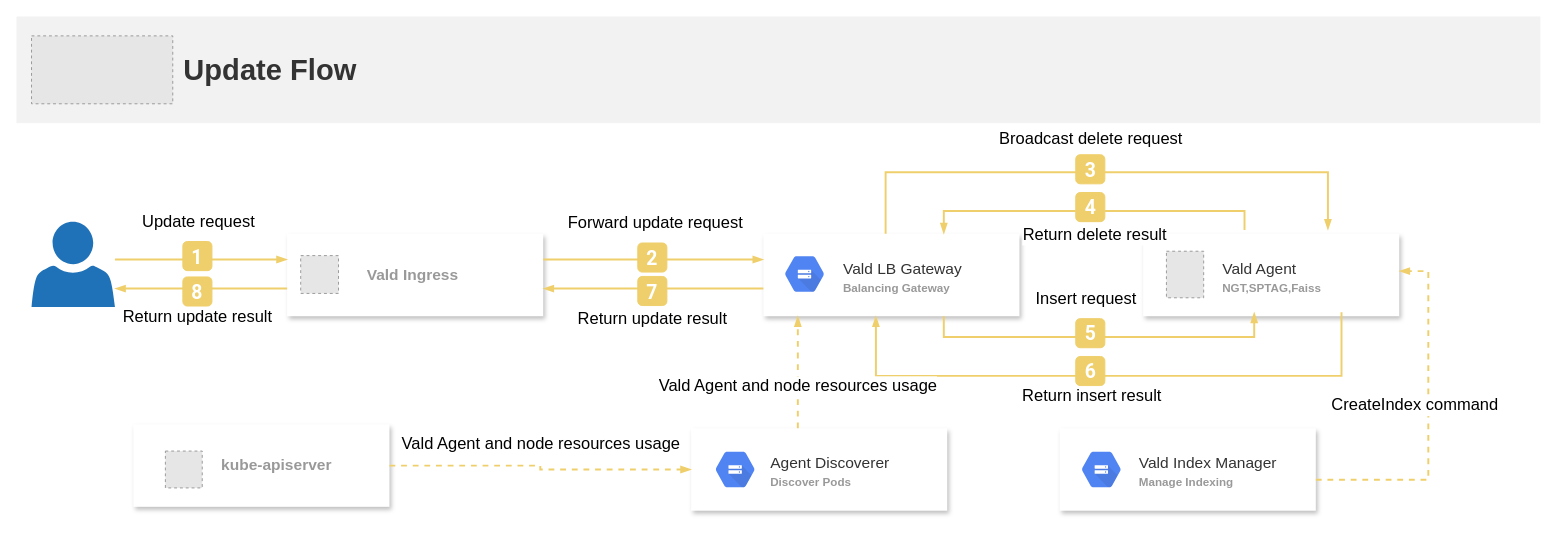
Above: page "update flow" (4 of 5) of assets/docs/overview/dataflow_v2.drawio in vdaas/vald (draw.io), before the change. Source tidied: cells renumbered, new cells numbered last; positions are measured from the earlier drawing's top-left corner, leaving out a move shared by most shapes. Both pictures are drawn from the tidied source at 97%, with x=0, y=0 at pixel (16, 16). Pictures stored in the file or linked from it are replaced by grey dashed boxes.
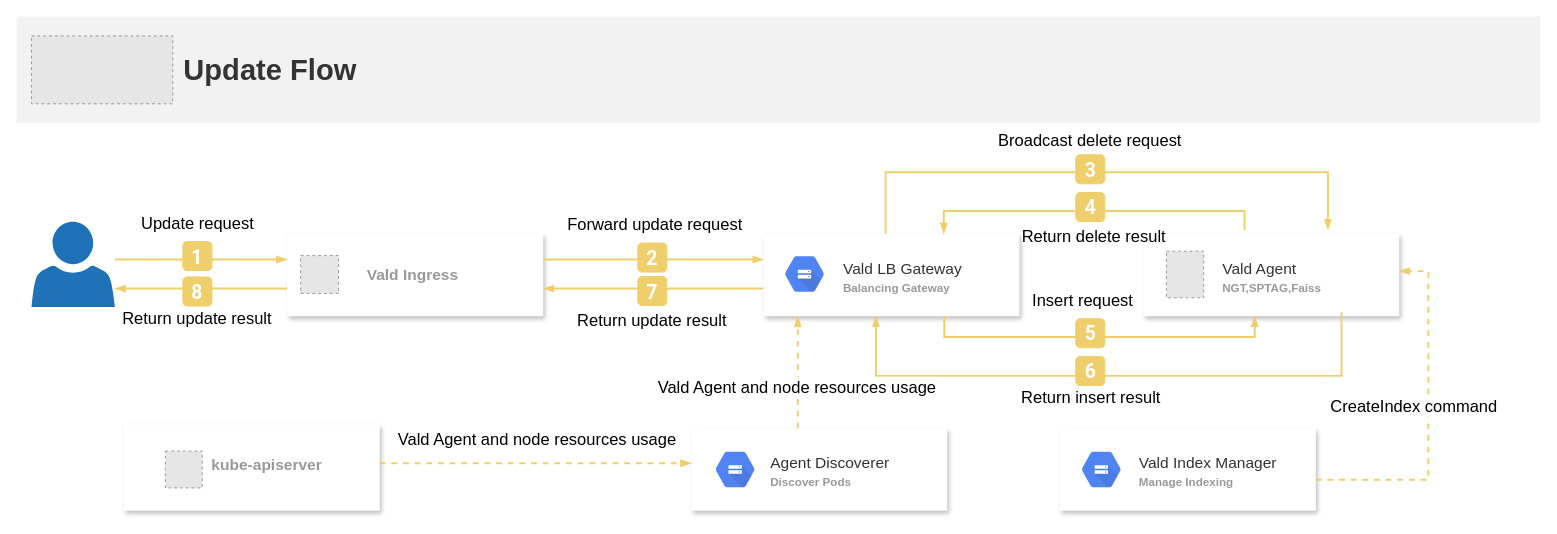
The same diagram, later.

The change refers to these unchanged cells:
```xml
<mxCell id="2" value="&lt;blockquote style=&quot;margin: 0 0 0 40px ; border: none ; padding: 0px&quot;&gt;&lt;blockquote style=&quot;margin: 0 0 0 40px ; border: none ; padding: 0px&quot;&gt;&lt;b&gt;&lt;font color=&quot;#999999&quot;&gt;&lt;br&gt;&lt;/font&gt;&lt;/b&gt;&lt;/blockquote&gt;&lt;blockquote style=&quot;margin: 0 0 0 40px ; border: none ; padding: 0px&quot;&gt;&lt;font color=&quot;#333333&quot;&gt;Vald LB Gateway&lt;/font&gt;&lt;br&gt;&lt;/blockquote&gt;&lt;blockquote style=&quot;margin: 0 0 0 40px ; border: none ; padding: 0px&quot;&gt;&lt;span style=&quot;color: rgb(153 , 153 , 153)&quot;&gt;&lt;b&gt;&lt;font style=&quot;font-size: 12px&quot;&gt;Balancing Gateway&lt;/font&gt;&lt;/b&gt;&lt;/span&gt;&lt;font color=&quot;#333333&quot;&gt;&lt;br&gt;&lt;/font&gt;&lt;/blockquote&gt;&lt;blockquote style=&quot;margin: 0 0 0 40px ; border: none ; padding: 0px&quot;&gt;&lt;font color=&quot;#333333&quot;&gt;&lt;br&gt;&lt;/font&gt;&lt;/blockquote&gt;&lt;/blockquote&gt;" style="rounded=0;whiteSpace=wrap;html=1;shadow=1;glass=0;comic=0;strokeWidth=1;fontSize=16;fontColor=#000000;align=left;labelBackgroundColor=none;strokeColor=none;fillColor=#ffffff;verticalAlign=top;" parent="1" vertex="1">
  <mxGeometry x="769.5" y="223.5" width="264" height="85" as="geometry" />
</mxCell>
<mxCell id="4" value="&lt;blockquote style=&quot;margin: 0 0 0 40px ; border: none ; padding: 0px&quot;&gt;&lt;blockquote style=&quot;margin: 0 0 0 40px ; border: none ; padding: 0px&quot;&gt;&lt;b&gt;&lt;font color=&quot;#999999&quot;&gt;&lt;br&gt;&lt;/font&gt;&lt;/b&gt;&lt;/blockquote&gt;&lt;blockquote style=&quot;margin: 0 0 0 40px ; border: none ; padding: 0px&quot;&gt;&lt;font color=&quot;#333333&quot;&gt;Vald Agent&lt;/font&gt;&lt;/blockquote&gt;&lt;blockquote style=&quot;margin: 0 0 0 40px ; border: none ; padding: 0px&quot;&gt;&lt;b style=&quot;color: rgb(153 , 153 , 153)&quot;&gt;&lt;font style=&quot;font-size: 12px&quot;&gt;NGT,SPTAG,Faiss&lt;/font&gt;&lt;/b&gt;&lt;/blockquote&gt;&lt;/blockquote&gt;" style="rounded=0;whiteSpace=wrap;html=1;shadow=1;glass=0;comic=0;strokeWidth=1;fontSize=16;fontColor=#000000;align=left;labelBackgroundColor=none;strokeColor=none;fillColor=#ffffff;verticalAlign=top;" parent="1" vertex="1">
  <mxGeometry x="1161" y="223.5" width="264" height="85" as="geometry" />
</mxCell>
<mxCell id="8" style="shadow=0;dashed=0;html=1;strokeColor=none;labelPosition=center;verticalLabelPosition=bottom;verticalAlign=top;outlineConnect=0;align=center;shape=mxgraph.office.users.user;fillColor=#2072B8;rounded=0;glass=0;comic=0;labelBackgroundColor=none;fontSize=12;fontColor=#999999;" parent="1" vertex="1">
  <mxGeometry x="15" y="211" width="86" height="88" as="geometry" />
</mxCell>
<mxCell id="9" value="&lt;blockquote style=&quot;margin: 0 0 0 40px ; border: none ; padding: 0px&quot;&gt;&lt;blockquote style=&quot;margin: 0 0 0 40px ; border: none ; padding: 0px&quot;&gt;&lt;b style=&quot;font-size: 22px&quot;&gt;&lt;font color=&quot;#999999&quot;&gt;&lt;br&gt;&lt;/font&gt;&lt;/b&gt;&lt;/blockquote&gt;&lt;blockquote style=&quot;margin: 0 0 0 40px ; border: none ; padding: 0px&quot;&gt;&lt;b&gt;&lt;font color=&quot;#999999&quot;&gt;Vald Ingress&lt;/font&gt;&lt;/b&gt;&lt;/blockquote&gt;&lt;/blockquote&gt;" style="rounded=0;whiteSpace=wrap;html=1;shadow=1;glass=0;comic=0;strokeWidth=1;fontSize=16;fontColor=#000000;align=left;labelBackgroundColor=none;strokeColor=none;fillColor=#ffffff;verticalAlign=top;" parent="1" vertex="1">
  <mxGeometry x="278.5" y="223.5" width="264" height="85" as="geometry" />
</mxCell>
<mxCell id="33" value="4" style="rounded=1;whiteSpace=wrap;html=1;labelBackgroundColor=#EFCF6B;fontFamily=Roboto;fontSize=20;fontColor=#FFFFFF;fontStyle=1;fillColor=#EFCF6B;strokeColor=#EFCF6B;" parent="1" vertex="1">
  <mxGeometry x="1091.5" y="181" width="30" height="30" as="geometry" />
</mxCell>
<mxCell id="34" style="edgeStyle=orthogonalEdgeStyle;rounded=0;jettySize=auto;html=1;strokeColor=#EFCF6B;strokeWidth=2;endArrow=none;endFill=1;startArrow=none;" parent="1" edge="1" target="33">
  <mxGeometry relative="1" as="geometry">
    <mxPoint x="1265.5" y="219.5" as="sourcePoint" />
    <Array as="points">
      <mxPoint x="1265.5" y="200" />
    </Array>
  </mxGeometry>
</mxCell>
<mxCell id="37" value="&lt;blockquote style=&quot;margin: 0 0 0 40px ; border: none ; padding: 0px&quot;&gt;&lt;blockquote style=&quot;margin: 0 0 0 40px ; border: none ; padding: 0px&quot;&gt;&lt;b&gt;&lt;font color=&quot;#999999&quot;&gt;&lt;br&gt;&lt;/font&gt;&lt;/b&gt;&lt;/blockquote&gt;&lt;blockquote style=&quot;margin: 0 0 0 40px ; border: none ; padding: 0px&quot;&gt;&lt;font color=&quot;#333333&quot;&gt;Agent Discoverer&lt;/font&gt;&lt;br&gt;&lt;/blockquote&gt;&lt;blockquote style=&quot;margin: 0 0 0 40px ; border: none ; padding: 0px&quot;&gt;&lt;span style=&quot;color: rgb(153 , 153 , 153)&quot;&gt;&lt;b&gt;&lt;font style=&quot;font-size: 12px&quot;&gt;Discover Pods&lt;/font&gt;&lt;/b&gt;&lt;/span&gt;&lt;font color=&quot;#333333&quot;&gt;&lt;br&gt;&lt;/font&gt;&lt;/blockquote&gt;&lt;blockquote style=&quot;margin: 0 0 0 40px ; border: none ; padding: 0px&quot;&gt;&lt;font color=&quot;#333333&quot;&gt;&lt;br&gt;&lt;/font&gt;&lt;/blockquote&gt;&lt;/blockquote&gt;" style="rounded=0;whiteSpace=wrap;html=1;shadow=1;glass=0;comic=0;strokeWidth=1;fontSize=16;fontColor=#000000;align=left;labelBackgroundColor=none;strokeColor=none;fillColor=#ffffff;verticalAlign=top;" parent="36" vertex="1">
  <mxGeometry y="4" width="264" height="85" as="geometry" />
</mxCell>
<mxCell id="40" value="&lt;blockquote style=&quot;margin: 0 0 0 40px ; border: none ; padding: 0px&quot;&gt;&lt;blockquote style=&quot;margin: 0 0 0 40px ; border: none ; padding: 0px&quot;&gt;&lt;b&gt;&lt;font color=&quot;#999999&quot;&gt;&lt;br&gt;&lt;/font&gt;&lt;/b&gt;&lt;/blockquote&gt;&lt;blockquote style=&quot;margin: 0 0 0 40px ; border: none ; padding: 0px&quot;&gt;&lt;font color=&quot;#333333&quot;&gt;Vald Index&amp;nbsp;&lt;/font&gt;&lt;span style=&quot;color: rgb(51 , 51 , 51)&quot;&gt;Manager&lt;/span&gt;&lt;/blockquote&gt;&lt;b style=&quot;color: rgb(153 , 153 , 153) ; font-size: 12px&quot;&gt;&amp;nbsp; &amp;nbsp; &amp;nbsp; &amp;nbsp; &amp;nbsp; &amp;nbsp; Manage&amp;nbsp;&lt;/b&gt;&lt;b style=&quot;font-size: 12px ; color: rgb(153 , 153 , 153)&quot;&gt;Indexing&lt;/b&gt;&lt;/blockquote&gt;" style="rounded=0;whiteSpace=wrap;html=1;shadow=1;glass=0;comic=0;strokeWidth=1;fontSize=16;fontColor=#000000;align=left;labelBackgroundColor=none;strokeColor=none;fillColor=#ffffff;verticalAlign=top;" parent="39" vertex="1">
  <mxGeometry y="4" width="264" height="85" as="geometry" />
</mxCell>
```

What changed in the source:
```diff
@@
     <mxCell id="6" value="&lt;blockquote style=&quot;margin: 0 0 0 40px ; border: none ; padding: 0px&quot;&gt;&lt;blockquote style=&quot;margin: 0 0 0 40px ; border: none ; padding: 0px&quot;&gt;&lt;b style=&quot;font-size: 22px&quot;&gt;&lt;font color=&quot;#999999&quot;&gt;&lt;br&gt;&lt;/font&gt;&lt;/b&gt;&lt;/blockquote&gt;&lt;blockquote style=&quot;margin: 0 0 0 40px ; border: none ; padding: 0px&quot;&gt;&lt;b&gt;&lt;font color=&quot;#999999&quot;&gt;&amp;nbsp; kube-apiserver&lt;/font&gt;&lt;/b&gt;&lt;/blockquote&gt;&lt;/blockquote&gt;" style="rounded=0;whiteSpace=wrap;html=1;shadow=1;glass=0;comic=0;strokeWidth=1;fontSize=16;fontColor=#000000;align=left;labelBackgroundColor=none;strokeColor=none;fillColor=#ffffff;verticalAlign=top;" parent="1" vertex="1">
-      <mxGeometry x="120" y="420" width="264" height="85" as="geometry" />
+      <mxGeometry x="110" y="420" width="264" height="89" as="geometry" />
     </mxCell>
@@
-    <mxCell id="14" style="edgeStyle=orthogonalEdgeStyle;rounded=0;jettySize=auto;html=1;strokeWidth=2;endArrow=blockThin;endFill=1;strokeColor=#EFCF6B;" parent="1" edge="1" source="8" target="9">
+    <mxCell id="14" style="edgeStyle=orthogonalEdgeStyle;rounded=0;jettySize=auto;strokeWidth=2;endArrow=blockThin;endFill=1;strokeColor=#EFCF6B;fontSize=17;" parent="1" edge="1" source="8" target="9">
       <mxGeometry relative="1" as="geometry">
         <Array as="points">
           <mxPoint x="190" y="250" />
           <mxPoint x="190" y="250" />
         </Array>
       </mxGeometry>
     </mxCell>
-    <mxCell id="15" value="Update request" style="edgeLabel;html=1;align=center;verticalAlign=middle;fontSize=17;" parent="14" vertex="1">
+    <mxCell id="15" value="Update request" style="edgeLabel;align=center;verticalAlign=middle;fontSize=17;" parent="14" vertex="1">
       <mxGeometry x="0.38" y="2" relative="1" as="geometry">
         <mxPoint x="-37" y="-37" as="offset" />
       </mxGeometry>
     </mxCell>
-    <mxCell id="16" style="edgeStyle=orthogonalEdgeStyle;rounded=0;jettySize=auto;html=1;strokeColor=#EFCF6B;strokeWidth=2;endArrow=blockThin;endFill=1;" parent="1" edge="1" source="9" target="2">
+    <mxCell id="16" style="edgeStyle=orthogonalEdgeStyle;rounded=0;jettySize=auto;strokeColor=#EFCF6B;strokeWidth=2;endArrow=blockThin;endFill=1;fontSize=17;" parent="1" edge="1" source="9" target="2">
       <mxGeometry relative="1" as="geometry">
         <Array as="points">
           <mxPoint x="660" y="250" />
           <mxPoint x="660" y="250" />
         </Array>
       </mxGeometry>
     </mxCell>
-    <mxCell id="17" value="Forward update request" style="edgeLabel;html=1;align=center;verticalAlign=middle;fontSize=17;" parent="16" vertex="1">
+    <mxCell id="17" value="Forward update request" style="edgeLabel;align=center;verticalAlign=middle;fontSize=17;" parent="16" vertex="1">
       <mxGeometry x="0.59" y="-1" relative="1" as="geometry">
         <mxPoint x="-65" y="-39" as="offset" />
       </mxGeometry>
     </mxCell>
@@
-    <mxCell id="19" style="edgeStyle=orthogonalEdgeStyle;rounded=0;jettySize=auto;html=1;strokeColor=#EFCF6B;strokeWidth=2;endArrow=blockThin;endFill=1;" parent="1" edge="1" source="2">
+    <mxCell id="19" style="edgeStyle=orthogonalEdgeStyle;rounded=0;jettySize=auto;strokeColor=#EFCF6B;strokeWidth=2;endArrow=blockThin;endFill=1;fontSize=17;" parent="1" edge="1" source="2">
       <mxGeometry relative="1" as="geometry">
         <mxPoint x="1351.5" y="219.5" as="targetPoint" />
         <Array as="points">
           <mxPoint x="895.5" y="160" />
           <mxPoint x="1351.5" y="160" />
         </Array>
       </mxGeometry>
     </mxCell>
-    <mxCell id="20" value="Broadcast delete request" style="edgeLabel;html=1;align=center;verticalAlign=middle;fontSize=17;" parent="19" vertex="1">
+    <mxCell id="20" value="Broadcast delete request" style="edgeLabel;align=center;verticalAlign=middle;fontSize=17;" parent="19" vertex="1">
       <mxGeometry x="0.38" y="2" relative="1" as="geometry">
         <mxPoint x="-126" y="-33" as="offset" />
       </mxGeometry>
     </mxCell>
@@
-    <mxCell id="22" style="edgeStyle=orthogonalEdgeStyle;rounded=0;jettySize=auto;html=1;strokeColor=#EFCF6B;strokeWidth=2;endArrow=blockThin;endFill=1;startArrow=none;" parent="1" edge="1" source="33" target="2">
+    <mxCell id="22" style="edgeStyle=orthogonalEdgeStyle;rounded=0;jettySize=auto;strokeColor=#EFCF6B;strokeWidth=2;endArrow=blockThin;endFill=1;startArrow=none;fontSize=17;" parent="1" edge="1" source="33" target="2">
       <mxGeometry relative="1" as="geometry">
         <Array as="points">
           <mxPoint x="955.5" y="200" />
         </Array>
       </mxGeometry>
     </mxCell>
-    <mxCell id="23" style="edgeStyle=orthogonalEdgeStyle;rounded=0;jettySize=auto;html=1;strokeColor=#EFCF6B;strokeWidth=2;endArrow=blockThin;endFill=1;" parent="1" edge="1" source="2" target="9">
+    <mxCell id="23" style="edgeStyle=orthogonalEdgeStyle;rounded=0;jettySize=auto;strokeColor=#EFCF6B;strokeWidth=2;endArrow=blockThin;endFill=1;fontSize=17;" parent="1" edge="1" source="2" target="9">
       <mxGeometry relative="1" as="geometry">
         <Array as="points">
           <mxPoint x="660" y="280" />
           <mxPoint x="660" y="280" />
         </Array>
       </mxGeometry>
     </mxCell>
-    <mxCell id="24" value="Return update result" style="edgeLabel;html=1;align=center;verticalAlign=middle;fontSize=17;" parent="23" vertex="1">
+    <mxCell id="24" value="Return update result" style="edgeLabel;align=center;verticalAlign=middle;fontSize=17;" parent="23" vertex="1">
       <mxGeometry x="-0.61" y="-3" relative="1" as="geometry">
         <mxPoint x="-71" y="34" as="offset" />
       </mxGeometry>
     </mxCell>
@@
-    <mxCell id="27" style="edgeStyle=orthogonalEdgeStyle;rounded=0;jettySize=auto;html=1;strokeColor=#EFCF6B;strokeWidth=2;endArrow=blockThin;endFill=1;startArrow=none;" parent="1" edge="1" source="2">
+    <mxCell id="27" style="edgeStyle=orthogonalEdgeStyle;rounded=0;jettySize=auto;strokeColor=#EFCF6B;strokeWidth=2;endArrow=blockThin;endFill=1;startArrow=none;fontSize=17;" parent="1" edge="1" source="2" target="4">
       <mxGeometry relative="1" as="geometry">
-        <mxPoint x="1275.5" y="304.5" as="targetPoint" />
         <Array as="points">
-          <mxPoint x="955.5" y="330" />
-          <mxPoint x="1275.5" y="330" />
+          <mxPoint x="956" y="330" />
+          <mxPoint x="1276" y="330" />
         </Array>
       </mxGeometry>
     </mxCell>
-    <mxCell id="28" value="Insert request" style="edgeLabel;html=1;align=center;verticalAlign=middle;fontSize=17;" parent="27" vertex="1">
+    <mxCell id="28" value="Insert request" style="edgeLabel;align=center;verticalAlign=middle;fontSize=17;" parent="27" vertex="1">
       <mxGeometry x="0.39" y="3" relative="1" as="geometry">
         <mxPoint x="-88" y="-37" as="offset" />
       </mxGeometry>
     </mxCell>
@@
-    <mxCell id="30" style="edgeStyle=orthogonalEdgeStyle;rounded=0;jettySize=auto;html=1;strokeColor=#EFCF6B;strokeWidth=2;endArrow=blockThin;endFill=1;startArrow=none;" parent="1" edge="1" target="2">
+    <mxCell id="30" style="edgeStyle=orthogonalEdgeStyle;rounded=0;jettySize=auto;strokeColor=#EFCF6B;strokeWidth=2;endArrow=blockThin;endFill=1;startArrow=none;fontSize=17;" parent="1" edge="1" target="2">
       <mxGeometry relative="1" as="geometry">
         <mxPoint x="1365.5" y="304.5" as="sourcePoint" />
         <Array as="points">
           <mxPoint x="1365.5" y="370" />
           <mxPoint x="885.5" y="370" />
         </Array>
       </mxGeometry>
     </mxCell>
-    <mxCell id="31" value="Return insert result" style="edgeLabel;html=1;align=center;verticalAlign=middle;fontSize=17;" parent="30" vertex="1">
+    <mxCell id="31" value="Return insert result" style="edgeLabel;align=center;verticalAlign=middle;fontSize=17;" parent="30" vertex="1">
       <mxGeometry x="-0.25" y="-1" relative="1" as="geometry">
         <mxPoint x="-96" y="21" as="offset" />
       </mxGeometry>
     </mxCell>
@@
-    <mxCell id="35" value="Return delete result" style="edgeLabel;html=1;align=center;verticalAlign=middle;fontSize=17;" parent="34" vertex="1">
+    <mxCell id="35" value="Return delete result" style="edgeLabel;align=center;verticalAlign=middle;fontSize=17;" parent="34" vertex="1">
       <mxGeometry x="0.45" y="1" relative="1" as="geometry">
         <mxPoint x="-56" y="23" as="offset" />
       </mxGeometry>
     </mxCell>
@@
-    <mxCell id="42" style="edgeStyle=orthogonalEdgeStyle;rounded=0;jettySize=auto;html=1;strokeWidth=2;endArrow=blockThin;endFill=1;strokeColor=#EFCF6B;" parent="1" edge="1" source="9" target="8">
+    <mxCell id="42" style="edgeStyle=orthogonalEdgeStyle;rounded=0;jettySize=auto;strokeWidth=2;endArrow=blockThin;endFill=1;strokeColor=#EFCF6B;fontSize=17;" parent="1" edge="1" source="9" target="8">
       <mxGeometry relative="1" as="geometry">
         <Array as="points">
           <mxPoint x="190" y="280" />
           <mxPoint x="190" y="280" />
         </Array>
       </mxGeometry>
     </mxCell>
-    <mxCell id="43" value="Return update result" style="edgeLabel;html=1;align=center;verticalAlign=middle;fontSize=17;" parent="42" vertex="1">
+    <mxCell id="43" value="Return update result" style="edgeLabel;align=center;verticalAlign=middle;fontSize=17;" parent="42" vertex="1">
       <mxGeometry x="0.38" y="2" relative="1" as="geometry">
         <mxPoint x="29" y="27" as="offset" />
       </mxGeometry>
     </mxCell>
@@
-    <mxCell id="45" style="edgeStyle=orthogonalEdgeStyle;rounded=0;jettySize=auto;html=1;strokeColor=#EFCF6B;strokeWidth=2;endArrow=blockThin;endFill=1;dashed=1;" parent="1" edge="1" source="37" target="2">
+    <mxCell id="45" style="edgeStyle=orthogonalEdgeStyle;rounded=0;jettySize=auto;strokeColor=#EFCF6B;strokeWidth=2;endArrow=blockThin;endFill=1;dashed=1;fontSize=17;" parent="1" edge="1" source="37" target="2">
       <mxGeometry relative="1" as="geometry">
         <Array as="points">
           <mxPoint x="805" y="420" />
           <mxPoint x="805" y="420" />
         </Array>
       </mxGeometry>
     </mxCell>
-    <mxCell id="46" value="&lt;span style=&quot;font-size: 17px&quot;&gt;Vald Agent and node resources usage&lt;/span&gt;" style="edgeLabel;html=1;align=center;verticalAlign=middle;" parent="45" vertex="1">
+    <mxCell id="46" value="Vald Agent and node resources usage" style="edgeLabel;align=center;verticalAlign=middle;fontSize=17;" parent="45" vertex="1">
       <mxGeometry x="-0.15" y="1" relative="1" as="geometry">
         <mxPoint y="5" as="offset" />
       </mxGeometry>
     </mxCell>
-    <mxCell id="47" style="edgeStyle=orthogonalEdgeStyle;rounded=0;jettySize=auto;html=1;strokeColor=#EFCF6B;strokeWidth=2;endArrow=blockThin;endFill=1;dashed=1;" parent="1" edge="1" source="6" target="37">
-      <mxGeometry relative="1" as="geometry" />
+    <mxCell id="47" style="edgeStyle=orthogonalEdgeStyle;rounded=0;jettySize=auto;strokeColor=#EFCF6B;strokeWidth=2;endArrow=blockThin;endFill=1;dashed=1;fontSize=17;entryX=0;entryY=0.424;entryDx=0;entryDy=0;entryPerimeter=0;" parent="1" edge="1" source="6" target="37">
+      <mxGeometry relative="1" as="geometry">
+        <Array as="points">
+          <mxPoint x="460" y="460" />
+          <mxPoint x="460" y="460" />
+        </Array>
+      </mxGeometry>
     </mxCell>
-    <mxCell id="48" value="&lt;span style=&quot;font-size: 17px&quot;&gt;Vald Agent and node resources usage&lt;/span&gt;" style="edgeLabel;html=1;align=center;verticalAlign=middle;" parent="47" vertex="1">
+    <mxCell id="48" value="Vald Agent and node resources usage" style="edgeLabel;align=center;verticalAlign=middle;fontSize=17;" parent="47" vertex="1">
       <mxGeometry x="0.14" y="4" relative="1" as="geometry">
         <mxPoint x="-21" y="-22" as="offset" />
       </mxGeometry>
     </mxCell>
-    <mxCell id="49" style="edgeStyle=orthogonalEdgeStyle;rounded=0;jettySize=auto;html=1;strokeColor=#EFCF6B;strokeWidth=2;endArrow=blockThin;endFill=1;dashed=1;" parent="1" edge="1" source="40" target="4">
+    <mxCell id="49" style="edgeStyle=orthogonalEdgeStyle;rounded=0;jettySize=auto;strokeColor=#EFCF6B;strokeWidth=2;endArrow=blockThin;endFill=1;dashed=1;fontSize=17;" parent="1" edge="1" source="40" target="4">
       <mxGeometry relative="1" as="geometry">
         <Array as="points">
           <mxPoint x="1455" y="477" />
           <mxPoint x="1455" y="262" />
         </Array>
       </mxGeometry>
     </mxCell>
-    <mxCell id="50" value="&lt;span style=&quot;font-size: 17px&quot;&gt;CreateIndex command&lt;/span&gt;" style="edgeLabel;html=1;align=center;verticalAlign=middle;" parent="49" vertex="1">
+    <mxCell id="50" value="CreateIndex command" style="edgeLabel;align=center;verticalAlign=middle;fontSize=17;" parent="49" vertex="1">
       <mxGeometry x="0.24" y="3" relative="1" as="geometry">
         <mxPoint x="-12" y="31" as="offset" />
       </mxGeometry>
     </mxCell>
```
